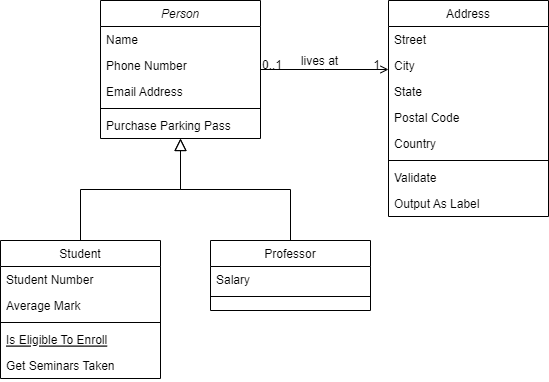
This is Module8/ProgrammingAssignment/ChapterThirtyTwoExercise/ListSumUML.png from njlowhorn/Java_Class, a draw.io export, as it was before one commit. Source tidied: cells renumbered, new cells last; positions are measured from the earlier drawing's top-left corner, leaving out a move shared by most shapes.
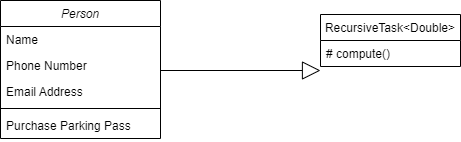
The same file after the commit.

Change to the diagram source:
```diff
@@ -20,85 +20,17 @@
     <mxCell id="7" value="Purchase Parking Pass" style="text;align=left;verticalAlign=top;spacingLeft=4;spacingRight=4;overflow=hidden;" parent="2" vertex="1">
       <mxGeometry y="112" width="160" height="26" as="geometry" />
     </mxCell>
-    <mxCell id="8" value="Student" style="swimlane;fontStyle=0;align=center;verticalAlign=top;horizontal=1;startSize=26;rounded=0;shadow=0;strokeWidth=1;" parent="1" vertex="1">
-      <mxGeometry y="240" width="160" height="138" as="geometry" />
-    </mxCell>
-    <mxCell id="9" value="Student Number" style="text;align=left;verticalAlign=top;spacingLeft=4;spacingRight=4;overflow=hidden;" parent="8" vertex="1">
-      <mxGeometry y="26" width="160" height="26" as="geometry" />
-    </mxCell>
-    <mxCell id="10" value="Average Mark" style="text;align=left;verticalAlign=top;spacingLeft=4;spacingRight=4;overflow=hidden;rounded=0;shadow=0;html=0;" parent="8" vertex="1">
-      <mxGeometry y="52" width="160" height="26" as="geometry" />
-    </mxCell>
-    <mxCell id="11" style="line;html=1;strokeWidth=1;align=left;verticalAlign=middle;spacingTop=-1;spacingLeft=3;spacingRight=3;labelPosition=right;" parent="8" vertex="1">
-      <mxGeometry y="78" width="160" height="8" as="geometry" />
-    </mxCell>
-    <mxCell id="12" value="Is Eligible To Enroll" style="text;align=left;verticalAlign=top;spacingLeft=4;spacingRight=4;overflow=hidden;fontStyle=4;" parent="8" vertex="1">
-      <mxGeometry y="86" width="160" height="26" as="geometry" />
-    </mxCell>
-    <mxCell id="13" value="Get Seminars Taken" style="text;align=left;verticalAlign=top;spacingLeft=4;spacingRight=4;overflow=hidden;" parent="8" vertex="1">
-      <mxGeometry y="112" width="160" height="26" as="geometry" />
-    </mxCell>
-    <mxCell id="14" style="endArrow=block;endSize=10;endFill=0;shadow=0;strokeWidth=1;rounded=0;edgeStyle=elbowEdgeStyle;elbow=vertical;" parent="1" edge="1" source="8" target="2">
-      <mxGeometry relative="1" as="geometry" />
-    </mxCell>
-    <mxCell id="15" value="Professor" style="swimlane;fontStyle=0;align=center;verticalAlign=top;horizontal=1;startSize=26;rounded=0;shadow=0;strokeWidth=1;" parent="1" vertex="1">
-      <mxGeometry x="210" y="240" width="160" height="70" as="geometry" />
-    </mxCell>
-    <mxCell id="16" value="Salary" style="text;align=left;verticalAlign=top;spacingLeft=4;spacingRight=4;overflow=hidden;" parent="15" vertex="1">
-      <mxGeometry y="26" width="160" height="26" as="geometry" />
-    </mxCell>
-    <mxCell id="17" style="line;html=1;strokeWidth=1;align=left;verticalAlign=middle;spacingTop=-1;spacingLeft=3;spacingRight=3;labelPosition=right;" parent="15" vertex="1">
-      <mxGeometry y="52" width="160" height="8" as="geometry" />
-    </mxCell>
-    <mxCell id="18" style="endArrow=block;endSize=10;endFill=0;shadow=0;strokeWidth=1;rounded=0;edgeStyle=elbowEdgeStyle;elbow=vertical;" parent="1" edge="1" source="15" target="2">
-      <mxGeometry relative="1" as="geometry" />
-    </mxCell>
-    <mxCell id="19" value="Address" style="swimlane;fontStyle=0;align=center;verticalAlign=top;horizontal=1;startSize=26;rounded=0;shadow=0;strokeWidth=1;" parent="1" vertex="1">
-      <mxGeometry x="388" width="160" height="216" as="geometry" />
-    </mxCell>
-    <mxCell id="20" value="Street" style="text;align=left;verticalAlign=top;spacingLeft=4;spacingRight=4;overflow=hidden;" parent="19" vertex="1">
-      <mxGeometry y="26" width="160" height="26" as="geometry" />
-    </mxCell>
-    <mxCell id="21" value="City" style="text;align=left;verticalAlign=top;spacingLeft=4;spacingRight=4;overflow=hidden;rounded=0;shadow=0;html=0;" parent="19" vertex="1">
-      <mxGeometry y="52" width="160" height="26" as="geometry" />
-    </mxCell>
-    <mxCell id="22" value="State" style="text;align=left;verticalAlign=top;spacingLeft=4;spacingRight=4;overflow=hidden;rounded=0;shadow=0;html=0;" parent="19" vertex="1">
-      <mxGeometry y="78" width="160" height="26" as="geometry" />
-    </mxCell>
-    <mxCell id="23" value="Postal Code" style="text;align=left;verticalAlign=top;spacingLeft=4;spacingRight=4;overflow=hidden;rounded=0;shadow=0;html=0;" parent="19" vertex="1">
-      <mxGeometry y="104" width="160" height="26" as="geometry" />
-    </mxCell>
-    <mxCell id="24" value="Country" style="text;align=left;verticalAlign=top;spacingLeft=4;spacingRight=4;overflow=hidden;rounded=0;shadow=0;html=0;" parent="19" vertex="1">
-      <mxGeometry y="130" width="160" height="26" as="geometry" />
-    </mxCell>
-    <mxCell id="25" style="line;html=1;strokeWidth=1;align=left;verticalAlign=middle;spacingTop=-1;spacingLeft=3;spacingRight=3;labelPosition=right;" parent="19" vertex="1">
-      <mxGeometry y="156" width="160" height="8" as="geometry" />
-    </mxCell>
-    <mxCell id="26" value="Validate" style="text;align=left;verticalAlign=top;spacingLeft=4;spacingRight=4;overflow=hidden;" parent="19" vertex="1">
-      <mxGeometry y="164" width="160" height="26" as="geometry" />
-    </mxCell>
-    <mxCell id="27" value="Output As Label" style="text;align=left;verticalAlign=top;spacingLeft=4;spacingRight=4;overflow=hidden;" parent="19" vertex="1">
-      <mxGeometry y="190" width="160" height="26" as="geometry" />
-    </mxCell>
-    <mxCell id="28" style="endArrow=open;shadow=0;strokeWidth=1;rounded=0;endFill=1;edgeStyle=elbowEdgeStyle;elbow=vertical;" parent="1" edge="1" source="2" target="19">
-      <mxGeometry x="0.5" y="41" relative="1" as="geometry">
-        <mxPoint x="-40" y="32" as="offset" />
-      </mxGeometry>
-    </mxCell>
-    <mxCell id="29" value="0..1" style="align=left;verticalAlign=bottom;labelBackgroundColor=none;fontSize=12;" parent="28" vertex="1">
-      <mxGeometry x="-1" relative="1" as="geometry">
-        <mxPoint y="4" as="offset" />
-      </mxGeometry>
-    </mxCell>
-    <mxCell id="30" value="1" style="align=right;verticalAlign=bottom;labelBackgroundColor=none;fontSize=12;" parent="28" vertex="1">
-      <mxGeometry x="1" relative="1" as="geometry">
-        <mxPoint x="-7" y="4" as="offset" />
-      </mxGeometry>
-    </mxCell>
-    <mxCell id="31" value="lives at" style="text;html=1;align=center;verticalAlign=middle;labelBackgroundColor=none;rounded=0;shadow=0;strokeWidth=1;fontSize=12;" parent="28" vertex="1">
-      <mxGeometry x="0.5" y="49" relative="1" as="geometry">
-        <mxPoint x="-38" y="40" as="offset" />
-      </mxGeometry>
-    </mxCell>
+    <mxCell id="32" style="endArrow=block;endSize=16;endFill=0;html=1;rounded=0;" parent="1" edge="1">
+      <mxGeometry relative="1" as="geometry">
+        <mxPoint x="260" y="70" as="sourcePoint" />
+        <mxPoint x="420" y="70" as="targetPoint" />
+      </mxGeometry>
+    </mxCell>
+    <mxCell id="33" value="RecursiveTask&lt;Double&gt;" style="swimlane;fontStyle=0;horizontal=1;startSize=26;fillColor=none;" parent="1" vertex="1">
+      <mxGeometry x="420" y="14" width="140" height="52" as="geometry" />
+    </mxCell>
+    <mxCell id="34" value="# compute()" style="text;strokeColor=none;fillColor=none;align=left;verticalAlign=top;spacingLeft=4;spacingRight=4;overflow=hidden;" parent="33" vertex="1">
+      <mxGeometry y="26" width="140" height="26" as="geometry" />
+    </mxCell>
   </root>
 </mxGraphModel>
```
